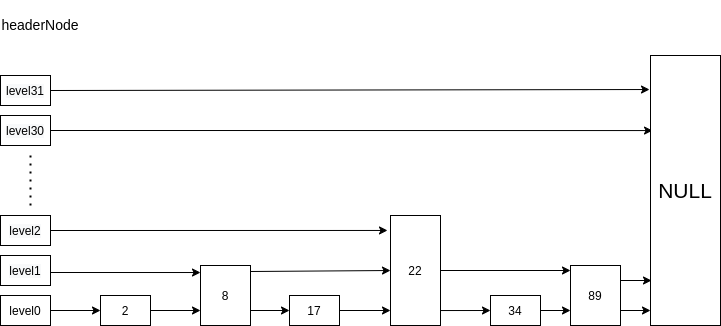
Earlier version of the draw.io export datastruct/skiplist.png (willshS/redis-). Source tidied: cells renumbered, new cells last; positions are measured from the earlier drawing's top-left corner, leaving out a move shared by most shapes.
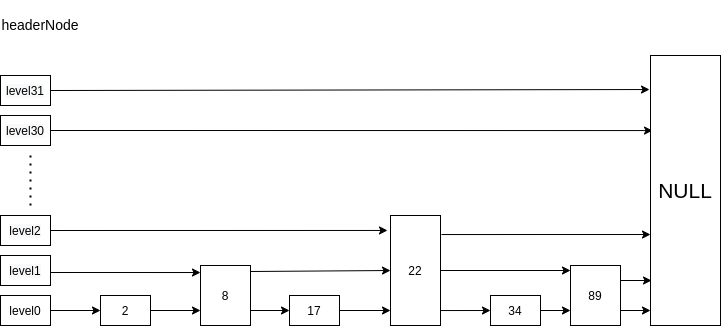
Above is the later version.

Commit message:
skiplist end

What changed in the source:
```diff
@@ -97,5 +97,8 @@
     <mxCell id="29" value="&lt;font style=&quot;font-size: 21px&quot;&gt;NULL&lt;/font&gt;" style="rounded=0;whiteSpace=wrap;html=1;" parent="1" vertex="1">
       <mxGeometry x="650" y="40" width="70" height="270" as="geometry" />
     </mxCell>
+    <mxCell id="30" style="endArrow=classic;html=1;exitX=1.02;exitY=0.173;exitDx=0;exitDy=0;exitPerimeter=0;entryX=0;entryY=0.663;entryDx=0;entryDy=0;entryPerimeter=0;" parent="1" edge="1" source="17" target="29">
+      <mxGeometry relative="1" as="geometry" />
+    </mxCell>
   </root>
 </mxGraphModel>
```
